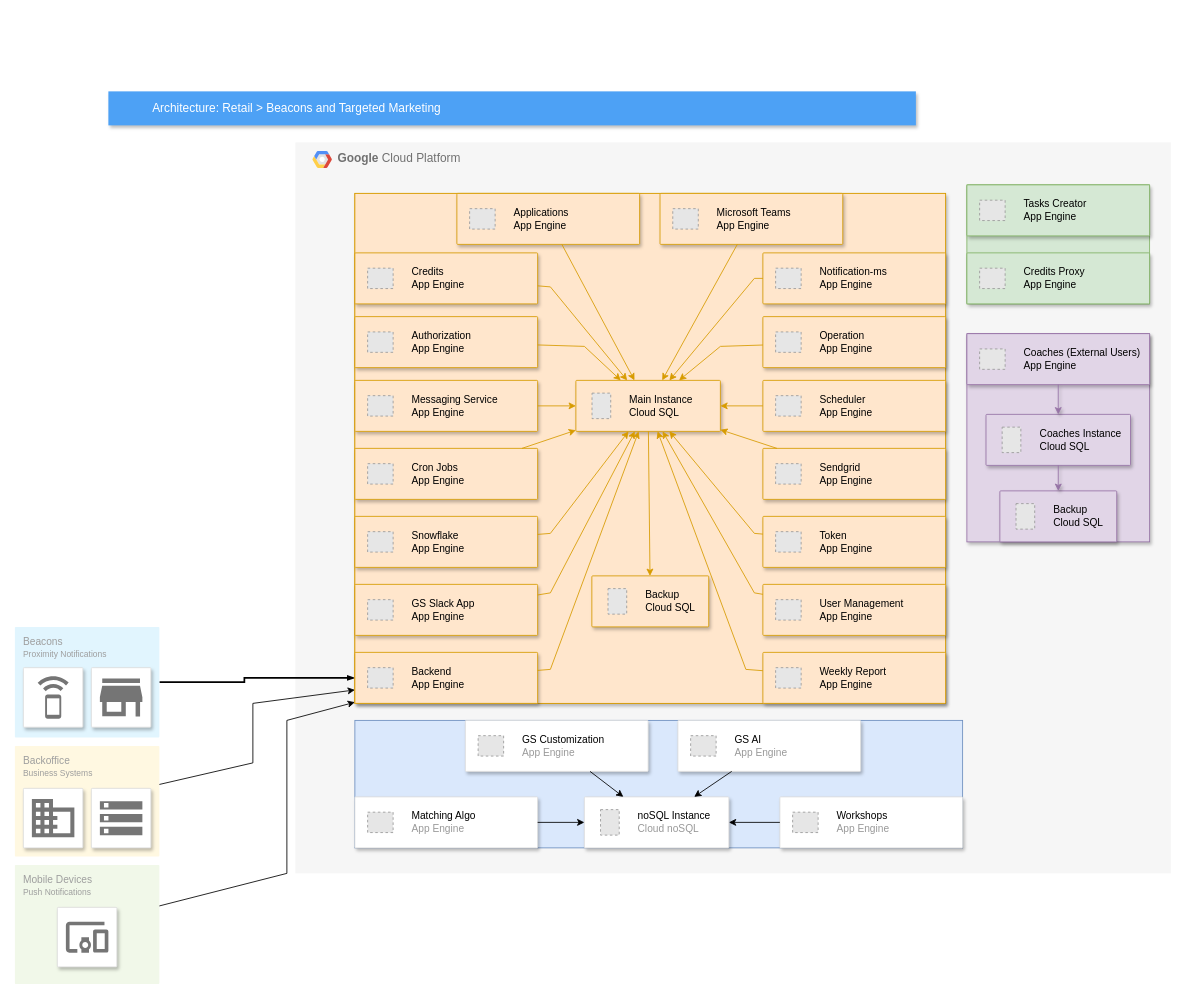
The draw.io diagram Untitled Diagram.drawio in Kibibit/diagrams, before the edit. Source tidied: cells renumbered, new cells numbered last; positions are measured from the earlier drawing's top-left corner, leaving out a move shared by most shapes. Both pictures are drawn from the tidied source at 85%, with x=0, y=0 at pixel (14, 91). Pictures stored in the file or linked from it are replaced by grey dashed boxes.
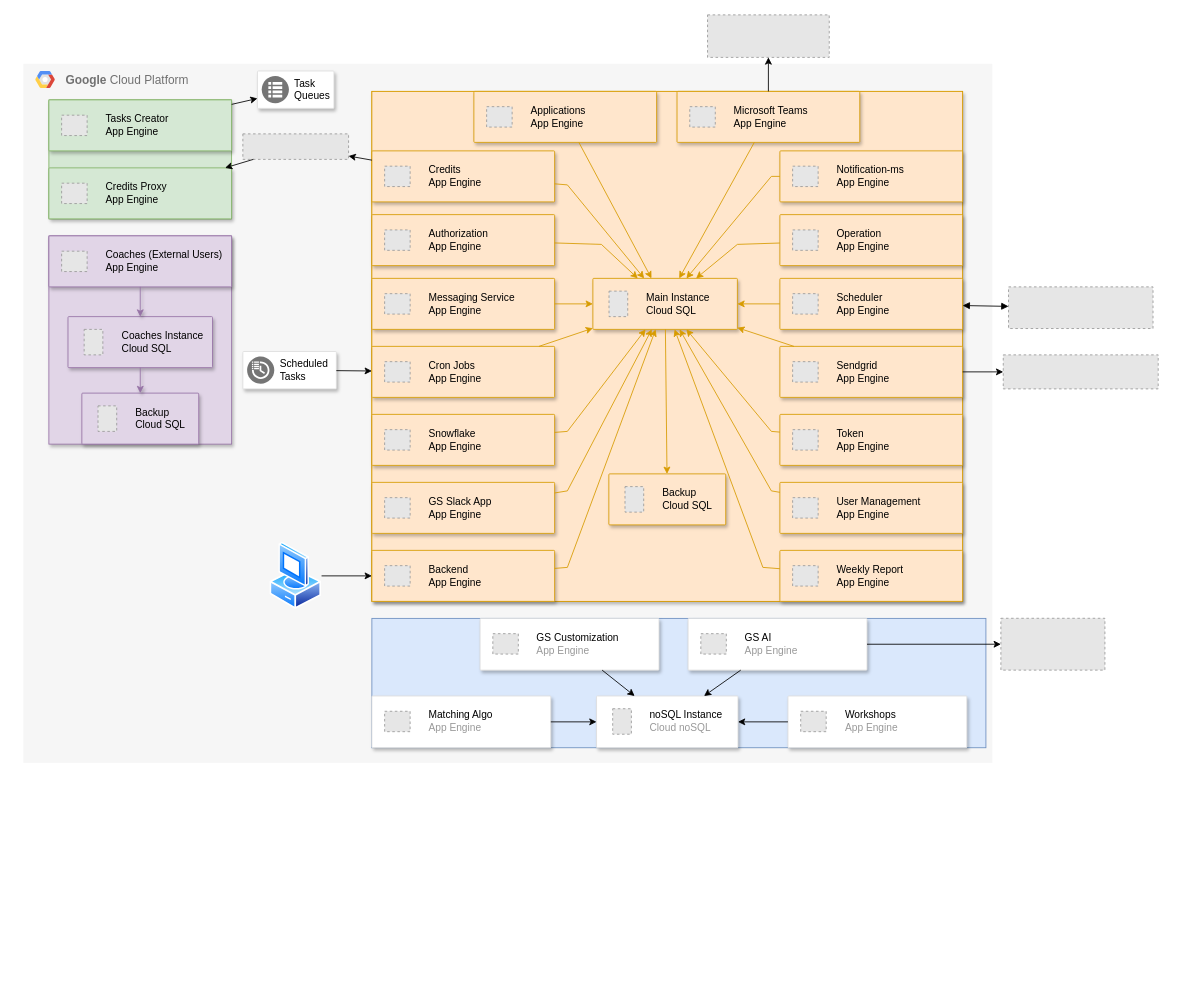
The same diagram, later.

Unchanged cells that the change refers to:
```xml
<mxCell id="36" style="strokeColor=#d79b00;shadow=1;strokeWidth=1;rounded=1;absoluteArcSize=1;arcSize=2;fillColor=#ffe6cc;" parent="28" vertex="1">
  <mxGeometry y="70" width="215" height="60" as="geometry" />
</mxCell>
<mxCell id="38" style="strokeColor=#d79b00;shadow=1;strokeWidth=1;rounded=1;absoluteArcSize=1;arcSize=2;fillColor=#ffe6cc;" parent="28" vertex="1">
  <mxGeometry y="300" width="215" height="60" as="geometry" />
</mxCell>
<mxCell id="44" style="strokeColor=#d79b00;shadow=1;strokeWidth=1;rounded=1;absoluteArcSize=1;arcSize=2;fillColor=#ffe6cc;" parent="28" vertex="1">
  <mxGeometry x="359" width="215" height="60" as="geometry" />
</mxCell>
<mxCell id="48" style="strokeColor=#d79b00;shadow=1;strokeWidth=1;rounded=1;absoluteArcSize=1;arcSize=2;fillColor=#ffe6cc;" parent="28" vertex="1">
  <mxGeometry x="480" y="220" width="215" height="60" as="geometry" />
</mxCell>
<mxCell id="50" style="strokeColor=#d79b00;shadow=1;strokeWidth=1;rounded=1;absoluteArcSize=1;arcSize=2;fillColor=#ffe6cc;" parent="28" vertex="1">
  <mxGeometry x="480" y="300" width="215" height="60" as="geometry" />
</mxCell>
<mxCell id="58" style="strokeColor=#d79b00;shadow=1;strokeWidth=1;rounded=1;absoluteArcSize=1;arcSize=2;fillColor=#ffe6cc;" parent="28" vertex="1">
  <mxGeometry y="540" width="215" height="60" as="geometry" />
</mxCell>
<mxCell id="84" style="strokeColor=#82b366;shadow=1;strokeWidth=1;rounded=1;absoluteArcSize=1;arcSize=2;fillColor=#d5e8d4;" parent="83" vertex="1">
  <mxGeometry y="80" width="215" height="60" as="geometry" />
</mxCell>
<mxCell id="86" style="strokeColor=#82b366;shadow=1;strokeWidth=1;rounded=1;absoluteArcSize=1;arcSize=2;fillColor=#d5e8d4;" parent="83" vertex="1">
  <mxGeometry width="215" height="60" as="geometry" />
</mxCell>
```

Change to the diagram source:
```diff
@@
     <mxCell id="2" value="&lt;b&gt;Google &lt;/b&gt;Cloud Platform" style="fillColor=#F6F6F6;strokeColor=none;shadow=0;gradientColor=none;fontSize=14;align=left;spacing=10;fontColor=#717171;9E9E9E;verticalAlign=top;spacingTop=-4;fontStyle=0;spacingLeft=40;html=1;" parent="1" vertex="1">
-      <mxGeometry x="330" y="60" width="1030" height="860" as="geometry" />
+      <mxGeometry x="10" y="-32.5" width="1140" height="822.5" as="geometry" />
     </mxCell>
-    <mxCell id="3" value="Architecture: Retail &amp;gt; Beacons and Targeted Marketing" style="fillColor=#4DA1F5;strokeColor=none;shadow=1;gradientColor=none;fontSize=14;align=left;spacingLeft=50;fontColor=#ffffff;html=1;" parent="1" vertex="1">
-      <mxGeometry x="110" width="950" height="40" as="geometry" />
-    </mxCell>
-    <mxCell id="4" style="edgeStyle=orthogonalEdgeStyle;rounded=0;html=1;labelBackgroundColor=none;startFill=1;startSize=4;endArrow=blockThin;endFill=1;endSize=4;jettySize=auto;strokeColor=#000000;strokeWidth=2;fontSize=12;fontColor=#000000;align=center;dashed=0;" parent="1" edge="1" source="5" target="58">
-      <mxGeometry relative="1" as="geometry">
-        <Array as="points">
-          <mxPoint x="270" y="695" />
-          <mxPoint x="270" y="690" />
-        </Array>
-      </mxGeometry>
-    </mxCell>
-    <mxCell id="5" value="Beacons&lt;br&gt;&lt;font style=&quot;font-size: 10px&quot;&gt;Proximity Notifications&lt;/font&gt;&lt;br&gt;" style="rounded=1;absoluteArcSize=1;arcSize=2;html=1;strokeColor=none;gradientColor=none;shadow=0;dashed=0;fontSize=12;fontColor=#9E9E9E;align=left;verticalAlign=top;spacing=10;spacingTop=-4;fillColor=#E1F5FE;" parent="1" vertex="1">
-      <mxGeometry y="630" width="170" height="130" as="geometry" />
-    </mxCell>
-    <mxCell id="6" value="Backoffice&lt;br&gt;&lt;font style=&quot;font-size: 10px&quot;&gt;Business Systems&lt;/font&gt;&lt;br&gt;" style="rounded=1;absoluteArcSize=1;arcSize=2;html=1;strokeColor=none;gradientColor=none;shadow=0;dashed=0;fontSize=12;fontColor=#9E9E9E;align=left;verticalAlign=top;spacing=10;spacingTop=-4;fillColor=#FFF8E1;" parent="1" vertex="1">
-      <mxGeometry y="770" width="170" height="130" as="geometry" />
-    </mxCell>
-    <mxCell id="7" value="Mobile Devices&lt;br&gt;&lt;font style=&quot;font-size: 10px&quot;&gt;Push Notifications&lt;/font&gt;&lt;br&gt;" style="rounded=1;absoluteArcSize=1;arcSize=2;html=1;strokeColor=none;gradientColor=none;shadow=0;dashed=0;fontSize=12;fontColor=#9E9E9E;align=left;verticalAlign=top;spacing=10;spacingTop=-4;fillColor=#F1F8E9;" parent="1" vertex="1">
-      <mxGeometry y="910" width="170" height="140" as="geometry" />
-    </mxCell>
-    <mxCell id="8" style="strokeColor=#dddddd;fillColor=#ffffff;shadow=1;strokeWidth=1;rounded=1;absoluteArcSize=1;arcSize=2;labelPosition=center;verticalLabelPosition=middle;align=center;verticalAlign=bottom;spacingLeft=0;fontColor=#999999;fontSize=12;whiteSpace=wrap;spacingBottom=2;html=1;" parent="1" vertex="1">
-      <mxGeometry x="10" y="678" width="70" height="70" as="geometry" />
-    </mxCell>
-    <mxCell id="9" style="dashed=0;html=1;fillColor=#757575;strokeColor=none;shape=mxgraph.gcp2.beacon;" parent="8" vertex="1">
-      <mxGeometry x="0.5" width="36.5" height="50" relative="1" as="geometry">
-        <mxPoint x="-18.2" y="10" as="offset" />
-      </mxGeometry>
-    </mxCell>
-    <mxCell id="10" style="strokeColor=#dddddd;fillColor=#ffffff;shadow=1;strokeWidth=1;rounded=1;absoluteArcSize=1;arcSize=2;labelPosition=center;verticalLabelPosition=middle;align=center;verticalAlign=bottom;spacingLeft=0;fontColor=#999999;fontSize=12;whiteSpace=wrap;spacingBottom=2;html=1;" parent="1" vertex="1">
-      <mxGeometry x="90" y="678" width="70" height="70" as="geometry" />
-    </mxCell>
-    <mxCell id="11" style="dashed=0;html=1;fillColor=#757575;strokeColor=none;shape=mxgraph.gcp2.retail;" parent="10" vertex="1">
-      <mxGeometry x="0.5" width="50" height="44.5" relative="1" as="geometry">
-        <mxPoint x="-25" y="12.8" as="offset" />
-      </mxGeometry>
-    </mxCell>
-    <mxCell id="12" style="strokeColor=#dddddd;fillColor=#ffffff;shadow=1;strokeWidth=1;rounded=1;absoluteArcSize=1;arcSize=2;labelPosition=center;verticalLabelPosition=middle;align=center;verticalAlign=bottom;spacingLeft=0;fontColor=#999999;fontSize=12;whiteSpace=wrap;spacingBottom=2;html=1;" parent="1" vertex="1">
-      <mxGeometry x="10" y="820" width="70" height="70" as="geometry" />
-    </mxCell>
-    <mxCell id="13" style="dashed=0;html=1;fillColor=#757575;strokeColor=none;shape=mxgraph.gcp2.database;" parent="12" vertex="1">
-      <mxGeometry x="0.5" width="50" height="45" relative="1" as="geometry">
-        <mxPoint x="-25" y="12.5" as="offset" />
-      </mxGeometry>
-    </mxCell>
-    <mxCell id="14" style="strokeColor=#dddddd;fillColor=#ffffff;shadow=1;strokeWidth=1;rounded=1;absoluteArcSize=1;arcSize=2;labelPosition=center;verticalLabelPosition=middle;align=center;verticalAlign=bottom;spacingLeft=0;fontColor=#999999;fontSize=12;whiteSpace=wrap;spacingBottom=2;html=1;" parent="1" vertex="1">
-      <mxGeometry x="90" y="820" width="70" height="70" as="geometry" />
-    </mxCell>
-    <mxCell id="15" style="dashed=0;html=1;fillColor=#757575;strokeColor=none;shape=mxgraph.gcp2.storage;" parent="14" vertex="1">
-      <mxGeometry x="0.5" width="50" height="40" relative="1" as="geometry">
-        <mxPoint x="-25" y="15" as="offset" />
-      </mxGeometry>
-    </mxCell>
-    <mxCell id="16" style="strokeColor=#dddddd;fillColor=#ffffff;shadow=1;strokeWidth=1;rounded=1;absoluteArcSize=1;arcSize=2;labelPosition=center;verticalLabelPosition=middle;align=center;verticalAlign=bottom;spacingLeft=0;fontColor=#999999;fontSize=12;whiteSpace=wrap;spacingBottom=2;html=1;" parent="1" vertex="1">
-      <mxGeometry x="50" y="960" width="70" height="70" as="geometry" />
-    </mxCell>
-    <mxCell id="17" style="dashed=0;html=1;fillColor=#757575;strokeColor=none;shape=mxgraph.gcp2.mobile_devices;" parent="16" vertex="1">
-      <mxGeometry x="0.5" width="50" height="36.5" relative="1" as="geometry">
-        <mxPoint x="-25" y="16.8" as="offset" />
-      </mxGeometry>
-    </mxCell>
     <mxCell id="18" style="shape=mxgraph.gcp2.google_cloud_platform;fillColor=#F6F6F6;strokeColor=none;shadow=0;gradientColor=none;" parent="1" vertex="1">
-      <mxGeometry x="350" y="70" width="23" height="20" as="geometry">
+      <mxGeometry x="24" y="-24" width="23" height="20" as="geometry">
         <mxPoint x="20" y="10" as="offset" />
       </mxGeometry>
     </mxCell>
     <mxCell id="19" style="group;fillColor=#e1d5e7;strokeColor=#9673a6;shadow=1;" parent="1" vertex="1">
-      <mxGeometry x="1120" y="285" width="215" height="245" as="geometry" />
+      <mxGeometry x="40" y="170" width="215" height="245" as="geometry" />
     </mxCell>
@@
     <mxCell id="28" style="group;fillColor=#ffe6cc;strokeColor=#d79b00;shadow=0;" parent="1" vertex="1">
-      <mxGeometry x="400" y="120" width="695" height="600" as="geometry" />
+      <mxGeometry x="420" width="695" height="600" as="geometry" />
     </mxCell>
@@
     <mxCell id="83" style="group;fillColor=#d5e8d4;strokeColor=#82b366;" parent="1" vertex="1">
-      <mxGeometry x="1120" y="110" width="215" height="140" as="geometry" />
+      <mxGeometry x="40" y="10" width="215" height="140" as="geometry" />
     </mxCell>
@@
     <mxCell id="88" style="group;fillColor=#dae8fc;strokeColor=#6c8ebf;" parent="1" vertex="1">
-      <mxGeometry x="400" y="740" width="715" height="150" as="geometry" />
+      <mxGeometry x="420" y="620" width="722.4" height="152.2" as="geometry" />
     </mxCell>
     <mxCell id="89" style="strokeColor=#dddddd;shadow=1;strokeWidth=1;rounded=1;absoluteArcSize=1;arcSize=2;" parent="88" vertex="1">
-      <mxGeometry x="380" width="215" height="60" as="geometry" />
+      <mxGeometry x="372" width="210.5" height="60.9" as="geometry" />
     </mxCell>
@@
     <mxCell id="91" style="strokeColor=#dddddd;shadow=1;strokeWidth=1;rounded=1;absoluteArcSize=1;arcSize=2;" parent="88" vertex="1">
-      <mxGeometry x="130" width="215" height="60" as="geometry" />
+      <mxGeometry x="127.3" width="210.5" height="60.9" as="geometry" />
     </mxCell>
@@
     <mxCell id="93" style="strokeColor=#dddddd;shadow=1;strokeWidth=1;rounded=1;absoluteArcSize=1;arcSize=2;" parent="88" vertex="1">
-      <mxGeometry y="90" width="215" height="60" as="geometry" />
+      <mxGeometry y="91.3" width="210.5" height="60.9" as="geometry" />
     </mxCell>
@@
     <mxCell id="95" style="strokeColor=#dddddd;shadow=1;strokeWidth=1;rounded=1;absoluteArcSize=1;arcSize=2;" parent="88" vertex="1">
-      <mxGeometry x="500" y="90" width="215" height="60" as="geometry" />
+      <mxGeometry x="489.5" y="91.3" width="210.5" height="60.9" as="geometry" />
     </mxCell>
@@
     <mxCell id="97" style="strokeColor=#dddddd;shadow=1;strokeWidth=1;rounded=1;absoluteArcSize=1;arcSize=2;" parent="88" vertex="1">
-      <mxGeometry x="270" y="90" width="170" height="60" as="geometry" />
+      <mxGeometry x="264.3" y="91.3" width="166.4" height="60.9" as="geometry" />
     </mxCell>
@@
-    <mxCell id="103" style="edgeStyle=none;jettySize=auto;html=1;rounded=0;" parent="1" edge="1" source="6" target="58">
-      <mxGeometry relative="1" as="geometry">
-        <Array as="points">
-          <mxPoint x="280" y="790" />
-          <mxPoint x="280" y="720" />
-        </Array>
-      </mxGeometry>
-    </mxCell>
-    <mxCell id="104" style="edgeStyle=none;jettySize=auto;html=1;rounded=0;" parent="1" edge="1" source="7" target="58">
-      <mxGeometry relative="1" as="geometry">
-        <Array as="points">
-          <mxPoint x="320" y="920" />
-          <mxPoint x="320" y="740" />
-        </Array>
-      </mxGeometry>
-    </mxCell>
+    <mxCell id="105" style="image;perimeter=ellipsePerimeter;html=1;align=center;shadow=0;dashed=0;spacingTop=3;image=img/lib/active_directory/vista_client.svg;" parent="1" vertex="1">
+      <mxGeometry x="300" y="530" width="60.8" height="80" as="geometry" />
+    </mxCell>
+    <mxCell id="106" style="edgeStyle=none;jettySize=auto;html=1;rounded=0;" parent="1" edge="1" source="105" target="58">
+      <mxGeometry relative="1" as="geometry" />
+    </mxCell>
+    <mxCell id="107" style="fillColor=#E6E6E6;strokeColor=#999999;dashed=1;verticalLabelPosition=bottom;verticalAlign=top;" parent="1" vertex="1">
+      <mxGeometry x="1169" y="230" width="170" height="49" as="geometry" />
+    </mxCell>
+    <mxCell id="108" style="edgeStyle=none;jettySize=auto;html=1;rounded=0;startArrow=block;startFill=1;endArrow=block;endFill=1;" parent="1" edge="1" source="107" target="48">
+      <mxGeometry relative="1" as="geometry" />
+    </mxCell>
+    <mxCell id="109" style="fillColor=#E6E6E6;strokeColor=#999999;dashed=1;verticalLabelPosition=bottom;verticalAlign=top;" parent="1" vertex="1">
+      <mxGeometry x="1162.8" y="310" width="182.3" height="40" as="geometry" />
+    </mxCell>
+    <mxCell id="110" style="edgeStyle=none;jettySize=auto;html=1;rounded=0;" parent="1" edge="1" source="50" target="109">
+      <mxGeometry relative="1" as="geometry" />
+    </mxCell>
+    <mxCell id="111" style="fillColor=#E6E6E6;strokeColor=#999999;dashed=1;verticalLabelPosition=bottom;verticalAlign=top;" parent="1" vertex="1">
+      <mxGeometry x="814.9" y="-90" width="143.2" height="50" as="geometry" />
+    </mxCell>
+    <mxCell id="112" style="edgeStyle=none;jettySize=auto;html=1;rounded=0;" parent="1" edge="1" source="44" target="111">
+      <mxGeometry relative="1" as="geometry" />
+    </mxCell>
+    <mxCell id="113" style="fillColor=#E6E6E6;strokeColor=#999999;dashed=1;verticalLabelPosition=bottom;verticalAlign=top;" parent="1" vertex="1">
+      <mxGeometry x="268.2" y="50" width="124.4" height="30" as="geometry" />
+    </mxCell>
+    <mxCell id="114" style="edgeStyle=none;jettySize=auto;html=1;rounded=0;" parent="1" edge="1" source="36" target="113">
+      <mxGeometry relative="1" as="geometry" />
+    </mxCell>
+    <mxCell id="115" style="edgeStyle=none;jettySize=auto;html=1;rounded=0;" parent="1" edge="1" source="113" target="84">
+      <mxGeometry relative="1" as="geometry" />
+    </mxCell>
+    <mxCell id="116" style="fillColor=#E6E6E6;strokeColor=#999999;dashed=1;verticalLabelPosition=bottom;verticalAlign=top;" parent="1" vertex="1">
+      <mxGeometry x="1160" y="619.9" width="122.4" height="61" as="geometry" />
+    </mxCell>
+    <mxCell id="117" style="edgeStyle=none;jettySize=auto;html=1;rounded=0;" parent="1" edge="1" source="89" target="116">
+      <mxGeometry relative="1" as="geometry" />
+    </mxCell>
+    <mxCell id="118" style="strokeColor=#dddddd;shadow=1;strokeWidth=1;rounded=1;absoluteArcSize=1;arcSize=2;" parent="1" vertex="1">
+      <mxGeometry x="285.4" y="-24" width="90" height="44" as="geometry" />
+    </mxCell>
+    <mxCell id="119" value="Task&#10;Queues" style="sketch=0;dashed=0;html=1;fillColor=#757575;strokeColor=none;shape=mxgraph.gcp2.task_queues;labelPosition=right;verticalLabelPosition=middle;align=left;verticalAlign=middle;spacingLeft=5;fontSize=12;" parent="118" vertex="1">
+      <mxGeometry y="0.5" width="32" height="32" relative="1" as="geometry">
+        <mxPoint x="5" y="-16" as="offset" />
+      </mxGeometry>
+    </mxCell>
+    <mxCell id="120" style="edgeStyle=none;jettySize=auto;html=1;rounded=0;" parent="1" edge="1" source="86" target="118">
+      <mxGeometry relative="1" as="geometry" />
+    </mxCell>
+    <mxCell id="121" style="strokeColor=#dddddd;shadow=1;strokeWidth=1;rounded=1;absoluteArcSize=1;arcSize=2;" parent="1" vertex="1">
+      <mxGeometry x="268.2" y="306" width="110" height="44" as="geometry" />
+    </mxCell>
+    <mxCell id="122" value="Scheduled&#10;Tasks" style="sketch=0;dashed=0;html=1;fillColor=#757575;strokeColor=none;shape=mxgraph.gcp2.scheduled_tasks;labelPosition=right;verticalLabelPosition=middle;align=left;verticalAlign=middle;spacingLeft=5;fontSize=12;" parent="121" vertex="1">
+      <mxGeometry y="0.5" width="32" height="32" relative="1" as="geometry">
+        <mxPoint x="5" y="-16" as="offset" />
+      </mxGeometry>
+    </mxCell>
+    <mxCell id="123" style="edgeStyle=none;jettySize=auto;html=1;rounded=0;" parent="1" edge="1" source="121" target="38">
+      <mxGeometry relative="1" as="geometry" />
+    </mxCell>
```
